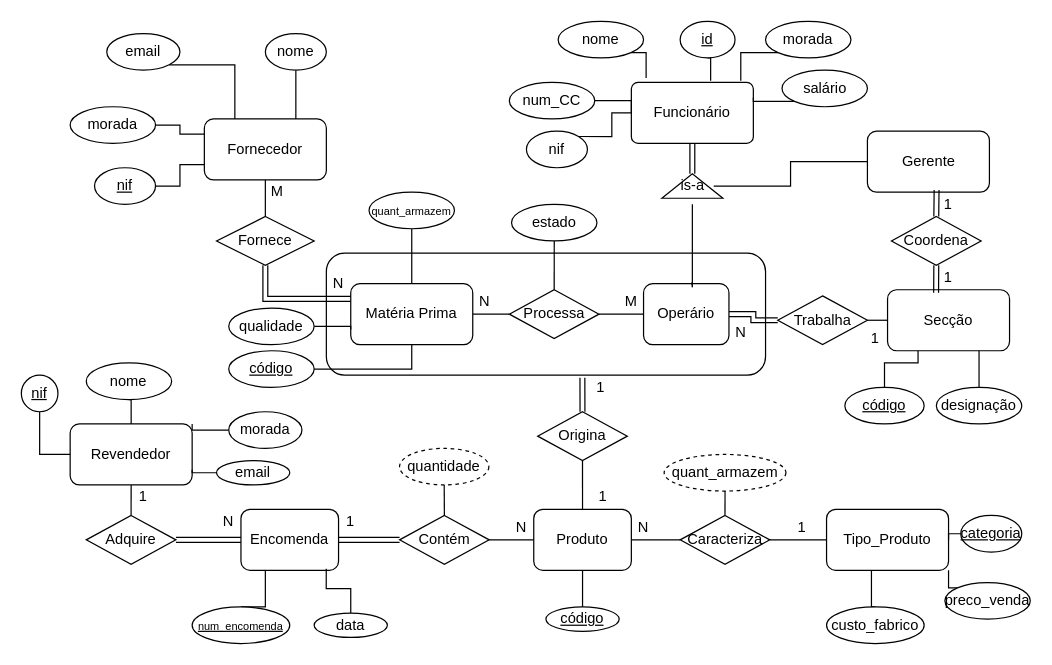
Earlier version of the draw.io diagram DER_PassoFirme.drawio (miguel-silva48/BD-ProjetoFinal). Source tidied: cells renumbered, new cells numbered last; positions are measured from the earlier drawing's top-left corner, leaving out a move shared by most shapes. Both pictures are drawn from the tidied source at 122%, with x=0, y=0 at pixel (21, 21).
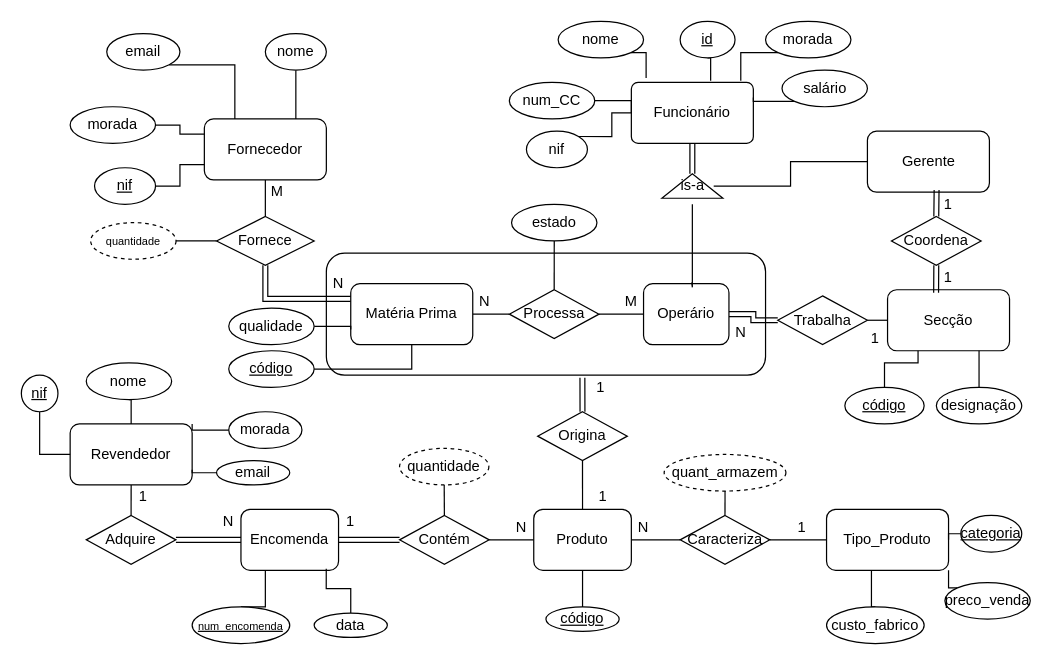
After the change.

Unchanged cells that the change refers to:
```xml
<mxCell id="6" value="Matéria Prima" style="rounded=1;whiteSpace=wrap;html=1;" parent="1" vertex="1">
  <mxGeometry x="270" y="215" width="100" height="50" as="geometry" />
</mxCell>
<mxCell id="21" value="Fornece" style="rhombus;whiteSpace=wrap;html=1;" parent="1" vertex="1">
  <mxGeometry x="160" y="160" width="80" height="40" as="geometry" />
</mxCell>
```

Change to the diagram source:
```diff
@@
-<mxGraphModel>
+<mxGraphModel background="#ffffff">
@@
-    <mxCell id="67" style="edgeStyle=orthogonalEdgeStyle;rounded=0;jettySize=auto;html=1;exitX=0.5;exitY=1;exitDx=0;exitDy=0;endArrow=none;endFill=0;" parent="1" edge="1" source="68" target="6">
-      <mxGeometry relative="1" as="geometry" />
-    </mxCell>
+    <mxCell id="114" style="edgeStyle=none;html=1;exitX=1;exitY=0.5;exitDx=0;exitDy=0;entryX=0;entryY=0.5;entryDx=0;entryDy=0;endArrow=none;endFill=0;" parent="1" edge="1" source="68" target="21">
+      <mxGeometry relative="1" as="geometry" />
+    </mxCell>
-    <mxCell id="68" value="&lt;font style=&quot;font-size: 9px;&quot;&gt;quant_armazem&lt;/font&gt;" style="ellipse;whiteSpace=wrap;html=1;" parent="1" vertex="1">
-      <mxGeometry x="285" y="140" width="70" height="30" as="geometry" />
+    <mxCell id="68" value="&lt;font style=&quot;font-size: 9px;&quot;&gt;quantidade&lt;/font&gt;" style="ellipse;whiteSpace=wrap;html=1;dashed=1;" parent="1" vertex="1">
+      <mxGeometry x="56.8" y="165" width="70" height="30" as="geometry" />
     </mxCell>
```
